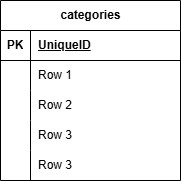
Above: index.drawio.png in shiro03shiro/test_contact-form (draw.io), before the change. Source tidied: cells renumbered, new cells last; positions are measured from the earlier drawing's top-left corner, leaving out a move shared by most shapes.
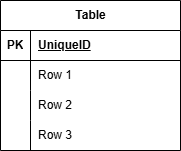
Later version of the same file.

What changed in the source:
```diff
@@ -2,10 +2,10 @@
   <root>
     <mxCell id="0" />
     <mxCell id="1" parent="0" />
-    <mxCell id="2" value="categories" style="shape=table;startSize=30;rowLines=0;fontStyle=1;align=center;html=1;" parent="1" vertex="1">
-      <mxGeometry width="180" height="180" as="geometry" />
-    </mxCell>
+    <mxCell id="18" value="Table" style="shape=table;startSize=30;rowLines=0;fontStyle=1;align=center;html=1;" parent="1" vertex="1">
+      <mxGeometry x="300" y="100" width="180" height="150" as="geometry" />
+    </mxCell>
-    <mxCell id="3" style="shape=tableRow;horizontal=0;startSize=0;swimlaneHead=0;swimlaneBody=0;fillColor=none;top=0;left=0;right=0;bottom=1;" parent="2" vertex="1">
+    <mxCell id="3" style="shape=tableRow;horizontal=0;startSize=0;swimlaneHead=0;swimlaneBody=0;fillColor=none;top=0;left=0;right=0;bottom=1;" parent="18" vertex="1">
       <mxGeometry y="30" width="180" height="30" as="geometry" />
     </mxCell>
     <mxCell id="4" value="PK" style="shape=partialRectangle;fillColor=none;top=0;left=0;bottom=0;right=0;fontStyle=1;overflow=hidden;whiteSpace=wrap;html=1;" parent="3" vertex="1">
@@ -14,41 +14,32 @@
     <mxCell id="5" value="UniqueID" style="shape=partialRectangle;fillColor=none;top=0;left=0;bottom=0;right=0;align=left;spacingLeft=6;fontStyle=5;overflow=hidden;whiteSpace=wrap;html=1;" parent="3" vertex="1">
       <mxGeometry x="30" width="150" height="30" as="geometry" />
     </mxCell>
-    <mxCell id="6" style="shape=tableRow;horizontal=0;startSize=0;swimlaneHead=0;swimlaneBody=0;fillColor=none;top=0;left=0;right=0;bottom=0;" parent="2" vertex="1">
+    <mxCell id="6" style="shape=tableRow;horizontal=0;startSize=0;swimlaneHead=0;swimlaneBody=0;fillColor=none;top=0;left=0;right=0;bottom=0;" parent="18" vertex="1">
       <mxGeometry y="60" width="180" height="30" as="geometry" />
     </mxCell>
-    <mxCell id="7" style="shape=partialRectangle;fillColor=none;top=0;left=0;bottom=0;right=0;overflow=hidden;whiteSpace=wrap;html=1;" parent="6" vertex="1">
-      <mxGeometry width="30" height="30" as="geometry" />
-    </mxCell>
+    <mxCell id="19" style="shape=partialRectangle;fillColor=none;top=0;left=0;bottom=0;right=0;overflow=hidden;whiteSpace=wrap;html=1;" parent="6" vertex="1">
+      <mxGeometry width="30" height="30" as="geometry" />
+    </mxCell>
     <mxCell id="8" value="Row 1" style="shape=partialRectangle;fillColor=none;top=0;left=0;bottom=0;right=0;align=left;spacingLeft=6;overflow=hidden;whiteSpace=wrap;html=1;" parent="6" vertex="1">
       <mxGeometry x="30" width="150" height="30" as="geometry" />
     </mxCell>
-    <mxCell id="9" style="shape=tableRow;horizontal=0;startSize=0;swimlaneHead=0;swimlaneBody=0;fillColor=none;top=0;left=0;right=0;bottom=0;" parent="2" vertex="1">
+    <mxCell id="9" style="shape=tableRow;horizontal=0;startSize=0;swimlaneHead=0;swimlaneBody=0;fillColor=none;top=0;left=0;right=0;bottom=0;" parent="18" vertex="1">
       <mxGeometry y="90" width="180" height="30" as="geometry" />
     </mxCell>
-    <mxCell id="10" style="shape=partialRectangle;fillColor=none;top=0;left=0;bottom=0;right=0;overflow=hidden;whiteSpace=wrap;html=1;" parent="9" vertex="1">
-      <mxGeometry width="30" height="30" as="geometry" />
-    </mxCell>
+    <mxCell id="20" style="shape=partialRectangle;fillColor=none;top=0;left=0;bottom=0;right=0;overflow=hidden;whiteSpace=wrap;html=1;" parent="9" vertex="1">
+      <mxGeometry width="30" height="30" as="geometry" />
+    </mxCell>
     <mxCell id="11" value="Row 2" style="shape=partialRectangle;fillColor=none;top=0;left=0;bottom=0;right=0;align=left;spacingLeft=6;overflow=hidden;whiteSpace=wrap;html=1;" parent="9" vertex="1">
       <mxGeometry x="30" width="150" height="30" as="geometry" />
     </mxCell>
-    <mxCell id="12" style="shape=tableRow;horizontal=0;startSize=0;swimlaneHead=0;swimlaneBody=0;fillColor=none;top=0;left=0;right=0;bottom=0;" parent="2" vertex="1">
+    <mxCell id="12" style="shape=tableRow;horizontal=0;startSize=0;swimlaneHead=0;swimlaneBody=0;fillColor=none;top=0;left=0;right=0;bottom=0;" parent="18" vertex="1">
       <mxGeometry y="120" width="180" height="30" as="geometry" />
     </mxCell>
-    <mxCell id="13" style="shape=partialRectangle;fillColor=none;top=0;left=0;bottom=0;right=0;overflow=hidden;whiteSpace=wrap;html=1;" parent="12" vertex="1">
-      <mxGeometry width="30" height="30" as="geometry" />
-    </mxCell>
-    <mxCell id="14" value="Row 3" style="shape=partialRectangle;fillColor=none;top=0;left=0;bottom=0;right=0;align=left;spacingLeft=6;overflow=hidden;whiteSpace=wrap;html=1;" parent="12" vertex="1">
-      <mxGeometry x="30" width="150" height="30" as="geometry" />
-    </mxCell>
-    <mxCell id="15" style="shape=tableRow;horizontal=0;startSize=0;swimlaneHead=0;swimlaneBody=0;fillColor=none;top=0;left=0;right=0;bottom=0;" parent="2" vertex="1">
-      <mxGeometry y="150" width="180" height="30" as="geometry" />
-    </mxCell>
-    <mxCell id="16" style="shape=partialRectangle;fillColor=none;top=0;left=0;bottom=0;right=0;overflow=hidden;whiteSpace=wrap;html=1;" parent="15" vertex="1">
-      <mxGeometry width="30" height="30" as="geometry" />
-    </mxCell>
-    <mxCell id="17" value="Row 3" style="shape=partialRectangle;fillColor=none;top=0;left=0;bottom=0;right=0;align=left;spacingLeft=6;overflow=hidden;whiteSpace=wrap;html=1;" parent="15" vertex="1">
-      <mxGeometry x="30" width="150" height="30" as="geometry" />
-    </mxCell>
+    <mxCell id="21" style="shape=partialRectangle;fillColor=none;top=0;left=0;bottom=0;right=0;overflow=hidden;whiteSpace=wrap;html=1;" parent="12" vertex="1">
+      <mxGeometry width="30" height="30" as="geometry" />
+    </mxCell>
+    <mxCell id="22" value="Row 3" style="shape=partialRectangle;fillColor=none;top=0;left=0;bottom=0;right=0;align=left;spacingLeft=6;overflow=hidden;whiteSpace=wrap;html=1;" parent="12" vertex="1">
+      <mxGeometry x="30" width="150" height="30" as="geometry" />
+    </mxCell>
   </root>
 </mxGraphModel>
```
